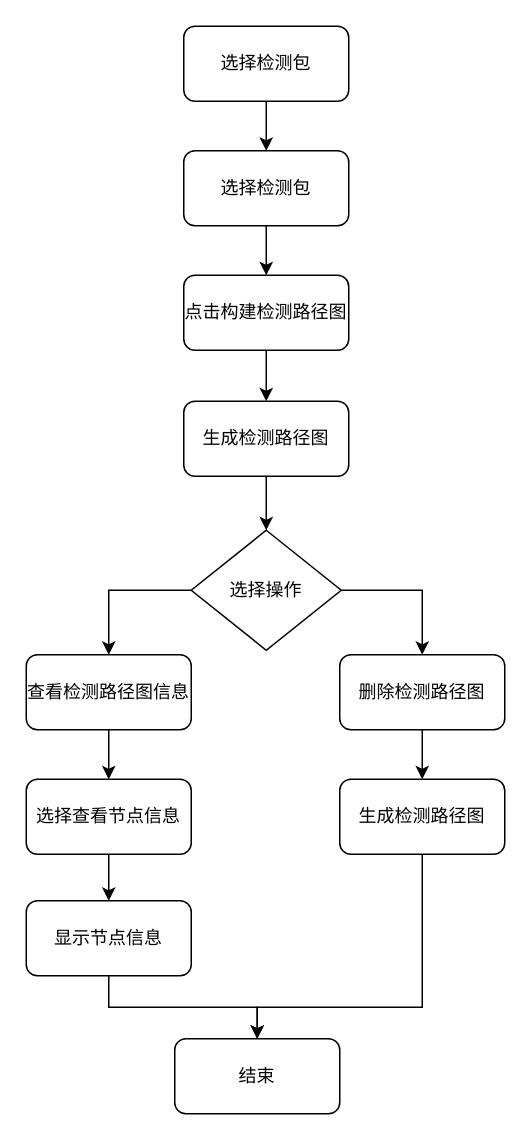
Niujieheng/GitHub_Jul keeps this draw.io diagram as 检测图设计.drawio. Above is the earlier version. Source tidied: cells renumbered, new cells numbered last; positions are measured from the earlier drawing's top-left corner, leaving out a move shared by most shapes. Both pictures are drawn from the tidied source at 150%, with x=0, y=0 at pixel (26, 26).
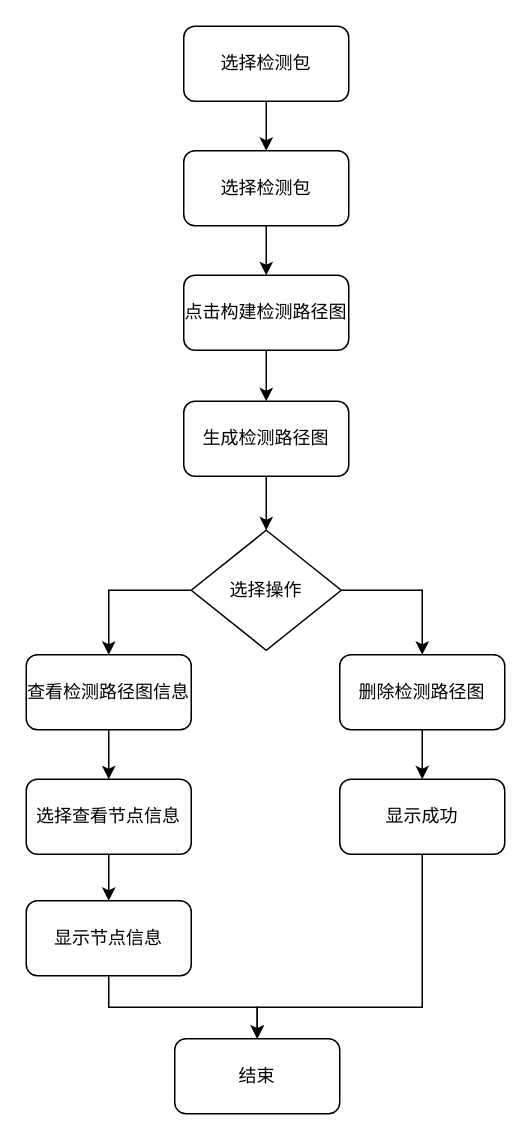
After the change.

Commit message (it also covers changes not shown here):
更新检测图设计.drawio

Change to the diagram source:
```diff
@@
-    <mxCell id="20" value="生成检测路径图" style="rounded=1;whiteSpace=wrap;html=1;" parent="1" vertex="1">
+    <mxCell id="20" value="显示成功" style="rounded=1;whiteSpace=wrap;html=1;" parent="1" vertex="1">
       <mxGeometry x="209" y="502" width="110" height="50" as="geometry" />
     </mxCell>
```
